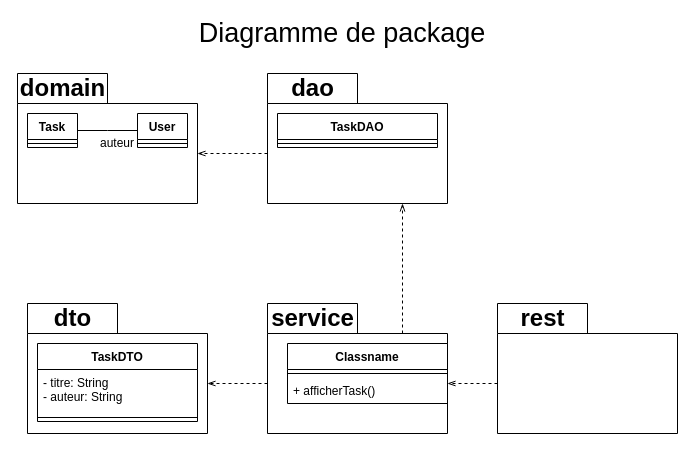
Before: S1/TAA/Examen_2019-2020/draw/Q3/Q3.drawio in Yberion/M2-IL, a draw.io diagram. Source tidied: cells renumbered, new cells numbered last; positions are measured from the earlier drawing's top-left corner, leaving out a move shared by most shapes. Both pictures are drawn from the tidied source at 100%, with x=0, y=0 at pixel (17, 23).
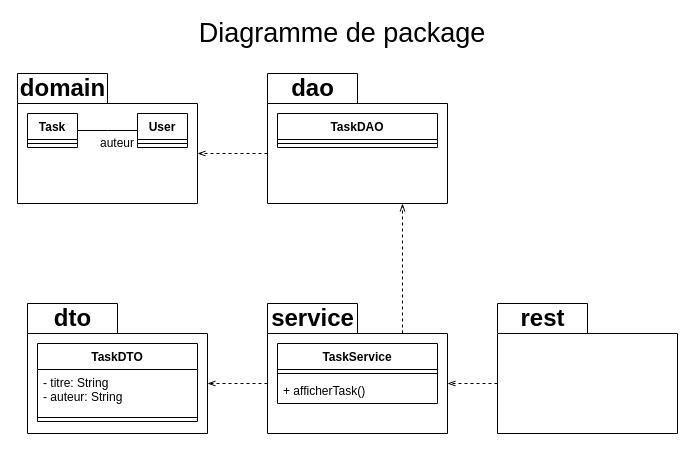
The same diagram, later.

Commit message (it also covers changes not shown here):
[S1 - TAA] Exam 2019 - 2020 ajout question + diagramme

The edit, as a diff of the source:
```diff
@@
-    <mxCell id="21" value="Classname" style="swimlane;fontStyle=1;align=center;verticalAlign=top;horizontal=1;startSize=26;" parent="1" vertex="1">
-      <mxGeometry x="270" y="320" width="160" height="60" as="geometry" />
+    <mxCell id="21" value="TaskService" style="swimlane;fontStyle=1;align=center;verticalAlign=top;horizontal=1;startSize=26;" parent="1" vertex="1">
+      <mxGeometry x="260" y="320" width="160" height="60" as="geometry" />
     </mxCell>
```
